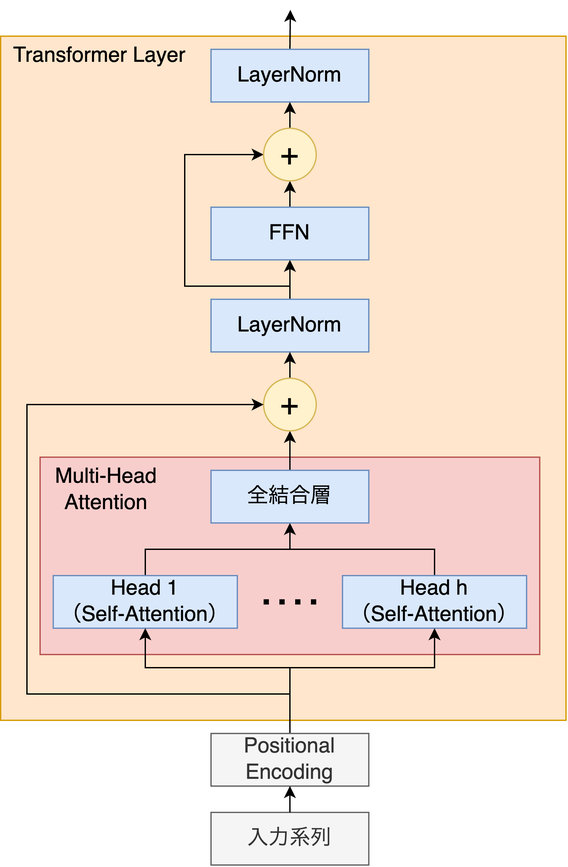
This is figure/sec3/transformer.drawio.png from kyushusouth/master_thesis, a draw.io export, as it was before one commit. Source tidied: cells renumbered, new cells last; positions are measured from the earlier drawing's top-left corner, leaving out a move shared by most shapes.
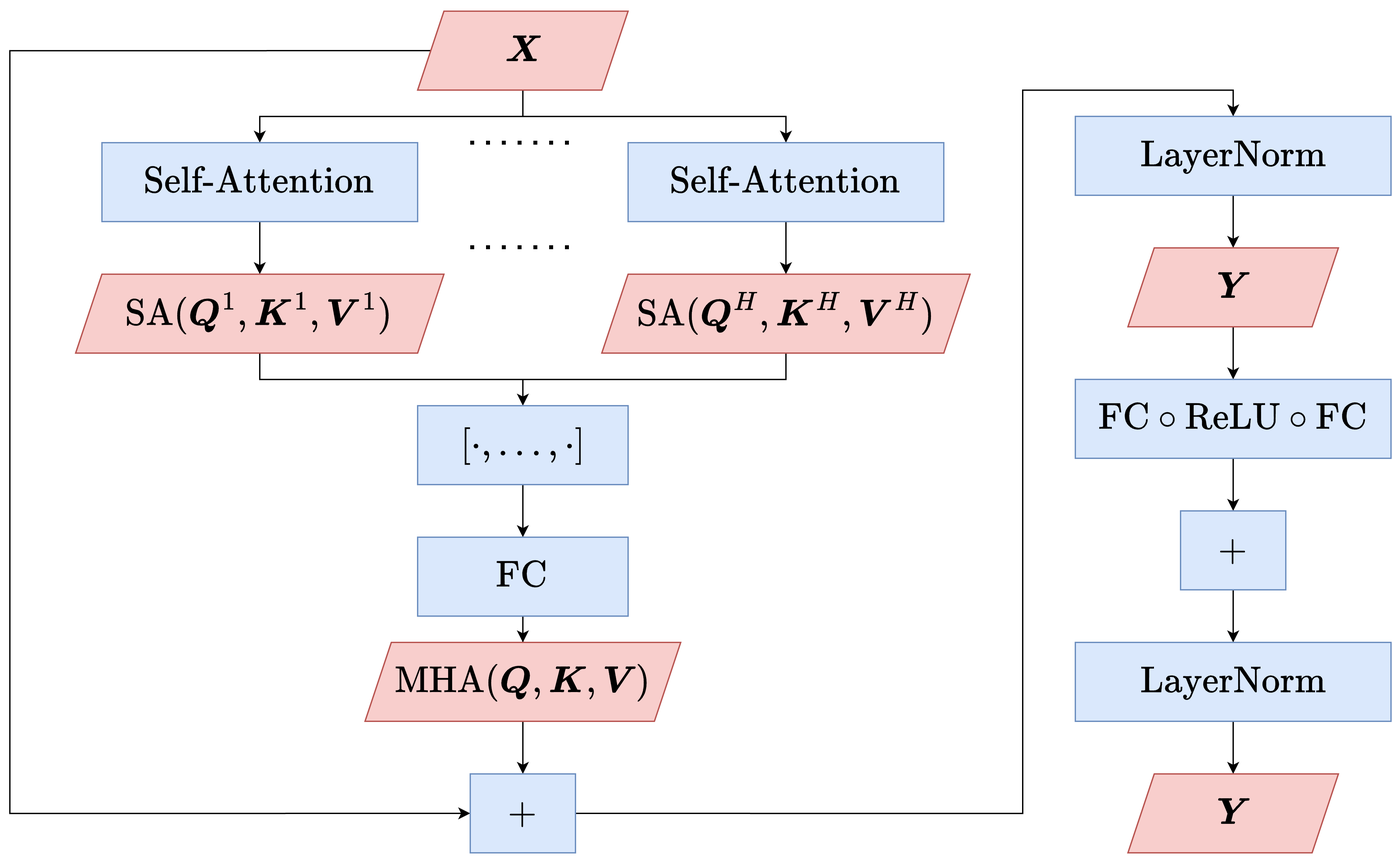
Later version of the same file.

Diff of the diagram source:
```diff
@@ -1,117 +1,122 @@
-<mxGraphModel>
+<mxGraphModel math="1">
   <root>
     <mxCell id="0" />
     <mxCell id="1" parent="0" />
-    <mxCell id="2" style="rounded=0;whiteSpace=wrap;html=1;fillColor=#ffe6cc;strokeColor=#d79b00;" parent="1" vertex="1">
-      <mxGeometry y="20" width="430" height="520" as="geometry" />
+    <mxCell id="2" style="edgeStyle=orthogonalEdgeStyle;rounded=0;jettySize=auto;html=1;exitX=0.5;exitY=1;exitDx=0;exitDy=0;entryX=0.5;entryY=0;entryDx=0;entryDy=0;" parent="1" edge="1" source="5" target="7">
+      <mxGeometry relative="1" as="geometry" />
     </mxCell>
-    <mxCell id="3" style="rounded=0;whiteSpace=wrap;html=1;fillColor=#F8CECC;strokeColor=#b85450;" parent="1" vertex="1">
-      <mxGeometry x="30" y="340" width="380" height="150" as="geometry" />
+    <mxCell id="3" style="edgeStyle=orthogonalEdgeStyle;rounded=0;jettySize=auto;html=1;exitX=0.5;exitY=1;exitDx=0;exitDy=0;entryX=0.5;entryY=0;entryDx=0;entryDy=0;" parent="1" edge="1" source="5" target="9">
+      <mxGeometry relative="1" as="geometry" />
     </mxCell>
-    <mxCell id="4" style="edgeStyle=orthogonalEdgeStyle;rounded=0;jettySize=auto;html=1;exitX=0.5;exitY=0;exitDx=0;exitDy=0;entryX=0.5;entryY=1;entryDx=0;entryDy=0;" parent="1" edge="1" source="5" target="10">
-      <mxGeometry relative="1" as="geometry" />
+    <mxCell id="4" style="edgeStyle=orthogonalEdgeStyle;rounded=0;jettySize=auto;html=1;exitX=0;exitY=0.5;exitDx=0;exitDy=0;entryX=0;entryY=0.5;entryDx=0;entryDy=0;" parent="1" edge="1" source="5" target="23">
+      <mxGeometry relative="1" as="geometry">
+        <Array as="points">
+          <mxPoint x="1470" y="-350" />
+          <mxPoint x="1470" y="230" />
+        </Array>
+      </mxGeometry>
     </mxCell>
-    <mxCell id="5" value="Head 1&lt;div style=&quot;font-size: 16px;&quot;&gt;（Self-Attention）&lt;/div&gt;" style="rounded=0;whiteSpace=wrap;html=1;fontSize=16;fillColor=#dae8fc;strokeColor=#6c8ebf;" parent="1" vertex="1">
-      <mxGeometry x="40" y="430" width="140" height="40" as="geometry" />
+    <mxCell id="5" value="$$\boldsymbol{X}$$" style="shape=parallelogram;perimeter=parallelogramPerimeter;whiteSpace=wrap;html=1;fixedSize=1;fontSize=24;fillColor=#f8cecc;strokeColor=#b85450;direction=east;" parent="1" vertex="1">
+      <mxGeometry x="1780" y="-380" width="160" height="60" as="geometry" />
     </mxCell>
-    <mxCell id="6" style="edgeStyle=orthogonalEdgeStyle;rounded=0;jettySize=auto;html=1;exitX=0.5;exitY=0;exitDx=0;exitDy=0;entryX=0.5;entryY=1;entryDx=0;entryDy=0;" parent="1" edge="1" source="7" target="10">
+    <mxCell id="6" style="edgeStyle=orthogonalEdgeStyle;rounded=0;jettySize=auto;html=1;" parent="1" edge="1" source="7" target="12">
       <mxGeometry relative="1" as="geometry" />
     </mxCell>
-    <mxCell id="7" value="Head h&lt;div style=&quot;font-size: 16px;&quot;&gt;（Self-Attention）&lt;/div&gt;" style="rounded=0;whiteSpace=wrap;html=1;fontSize=16;fillColor=#dae8fc;strokeColor=#6c8ebf;" parent="1" vertex="1">
-      <mxGeometry x="260" y="430" width="140" height="40" as="geometry" />
+    <mxCell id="7" value="$$\text{Self-Attention}$$" style="rounded=0;whiteSpace=wrap;html=1;fontSize=24;fillColor=#dae8fc;strokeColor=#6c8ebf;direction=east;" parent="1" vertex="1">
+      <mxGeometry x="1540" y="-280" width="240" height="60" as="geometry" />
     </mxCell>
-    <mxCell id="8" style="endArrow=none;dashed=1;html=1;rounded=0;strokeWidth=4;dashPattern=1 2;" parent="1" edge="1">
-      <mxGeometry relative="1" as="geometry">
-        <mxPoint x="240" y="450" as="sourcePoint" />
-        <mxPoint x="200" y="450" as="targetPoint" />
-      </mxGeometry>
+    <mxCell id="8" style="edgeStyle=orthogonalEdgeStyle;rounded=0;jettySize=auto;html=1;" parent="1" edge="1" source="9" target="14">
+      <mxGeometry relative="1" as="geometry" />
     </mxCell>
-    <mxCell id="9" style="edgeStyle=orthogonalEdgeStyle;rounded=0;jettySize=auto;html=1;exitX=0.5;exitY=0;exitDx=0;exitDy=0;entryX=0.5;entryY=1;entryDx=0;entryDy=0;" parent="1" edge="1" source="10" target="19">
-      <mxGeometry relative="1" as="geometry" />
+    <mxCell id="9" value="$$\text{Self-Attention}$$" style="rounded=0;whiteSpace=wrap;html=1;fontSize=24;fillColor=#dae8fc;strokeColor=#6c8ebf;direction=east;" parent="1" vertex="1">
+      <mxGeometry x="1940" y="-280" width="240" height="60" as="geometry" />
     </mxCell>
-    <mxCell id="10" value="全結合層" style="rounded=0;whiteSpace=wrap;html=1;fontSize=16;fillColor=#dae8fc;strokeColor=#6c8ebf;" parent="1" vertex="1">
-      <mxGeometry x="160" y="350" width="120" height="40" as="geometry" />
+    <mxCell id="10" style="endArrow=none;dashed=1;html=1;dashPattern=1 3;strokeWidth=3;rounded=0;" parent="1" edge="1">
+      <mxGeometry relative="1" as="geometry">
+        <mxPoint x="1820" y="-280" as="sourcePoint" />
+        <mxPoint x="1900" y="-280" as="targetPoint" />
+      </mxGeometry>
     </mxCell>
-    <mxCell id="11" value="&lt;font style=&quot;font-size: 16px;&quot;&gt;Multi-Head&lt;/font&gt;&lt;div&gt;&lt;font style=&quot;font-size: 16px;&quot;&gt;Attention&lt;/font&gt;&lt;/div&gt;" style="text;html=1;align=center;verticalAlign=middle;strokeColor=none;fillColor=none;" parent="1" vertex="1">
-      <mxGeometry x="30" y="340" width="100" height="50" as="geometry" />
+    <mxCell id="11" style="edgeStyle=orthogonalEdgeStyle;rounded=0;jettySize=auto;html=1;exitX=0.5;exitY=1;exitDx=0;exitDy=0;entryX=0.5;entryY=0;entryDx=0;entryDy=0;" parent="1" edge="1" source="12" target="17">
+      <mxGeometry relative="1" as="geometry" />
     </mxCell>
-    <mxCell id="12" style="edgeStyle=orthogonalEdgeStyle;rounded=0;jettySize=auto;html=1;exitX=0.5;exitY=0;exitDx=0;exitDy=0;entryX=0.5;entryY=1;entryDx=0;entryDy=0;" parent="1" edge="1" source="14" target="5">
-      <mxGeometry relative="1" as="geometry">
-        <Array as="points">
-          <mxPoint x="220" y="500" />
-          <mxPoint x="110" y="500" />
-        </Array>
-      </mxGeometry>
+    <mxCell id="12" value="$$\text{SA}(\boldsymbol{Q}^{1}, \boldsymbol{K}^{1}, \boldsymbol{V}^{1})$$" style="shape=parallelogram;perimeter=parallelogramPerimeter;whiteSpace=wrap;html=1;fixedSize=1;fontSize=24;fillColor=#f8cecc;strokeColor=#b85450;direction=east;" parent="1" vertex="1">
+      <mxGeometry x="1520" y="-180" width="280" height="60" as="geometry" />
     </mxCell>
-    <mxCell id="13" style="edgeStyle=orthogonalEdgeStyle;rounded=0;jettySize=auto;html=1;exitX=0.5;exitY=0;exitDx=0;exitDy=0;entryX=0.5;entryY=1;entryDx=0;entryDy=0;" parent="1" edge="1" source="27" target="7">
-      <mxGeometry relative="1" as="geometry">
-        <Array as="points">
-          <mxPoint x="220" y="500" />
-          <mxPoint x="330" y="500" />
-        </Array>
-      </mxGeometry>
+    <mxCell id="13" style="edgeStyle=orthogonalEdgeStyle;rounded=0;jettySize=auto;html=1;exitX=0.5;exitY=1;exitDx=0;exitDy=0;entryX=0.5;entryY=0;entryDx=0;entryDy=0;" parent="1" edge="1" source="14" target="17">
+      <mxGeometry relative="1" as="geometry" />
     </mxCell>
-    <mxCell id="14" value="入力系列" style="rounded=0;whiteSpace=wrap;html=1;fontSize=16;fillColor=#f5f5f5;fontColor=#333333;strokeColor=#666666;" parent="1" vertex="1">
-      <mxGeometry x="160" y="610" width="120" height="40" as="geometry" />
+    <mxCell id="14" value="$$\text{SA}(\boldsymbol{Q}^{H}, \boldsymbol{K}^{H}, \boldsymbol{V}^{H})$$" style="shape=parallelogram;perimeter=parallelogramPerimeter;whiteSpace=wrap;html=1;fixedSize=1;fontSize=24;fillColor=#f8cecc;strokeColor=#b85450;direction=east;" parent="1" vertex="1">
+      <mxGeometry x="1920" y="-180" width="280" height="60" as="geometry" />
     </mxCell>
-    <mxCell id="15" style="edgeStyle=orthogonalEdgeStyle;rounded=0;jettySize=auto;html=1;exitX=0.5;exitY=0;exitDx=0;exitDy=0;entryX=0.5;entryY=1;entryDx=0;entryDy=0;" parent="1" edge="1" source="17" target="21">
-      <mxGeometry relative="1" as="geometry" />
+    <mxCell id="15" style="endArrow=none;dashed=1;html=1;dashPattern=1 3;strokeWidth=3;rounded=0;" parent="1" edge="1">
+      <mxGeometry relative="1" as="geometry">
+        <mxPoint x="1820" y="-200.5" as="sourcePoint" />
+        <mxPoint x="1900" y="-200.5" as="targetPoint" />
+      </mxGeometry>
     </mxCell>
-    <mxCell id="16" style="edgeStyle=orthogonalEdgeStyle;rounded=0;jettySize=auto;html=1;exitX=0.5;exitY=0;exitDx=0;exitDy=0;entryX=0;entryY=0.5;entryDx=0;entryDy=0;" parent="1" edge="1" source="17" target="25">
-      <mxGeometry relative="1" as="geometry">
-        <Array as="points">
-          <mxPoint x="220" y="210" />
-          <mxPoint x="140" y="210" />
-          <mxPoint x="140" y="110" />
-        </Array>
-      </mxGeometry>
+    <mxCell id="16" style="edgeStyle=orthogonalEdgeStyle;rounded=0;jettySize=auto;html=1;" parent="1" edge="1" source="17" target="19">
+      <mxGeometry relative="1" as="geometry" />
     </mxCell>
-    <mxCell id="17" value="LayerNorm" style="rounded=0;whiteSpace=wrap;html=1;fontSize=16;fillColor=#dae8fc;strokeColor=#6c8ebf;" parent="1" vertex="1">
-      <mxGeometry x="160" y="220" width="120" height="40" as="geometry" />
+    <mxCell id="17" value="$$[\cdot, \ldots, \cdot]$$" style="rounded=0;whiteSpace=wrap;html=1;fontSize=24;fillColor=#dae8fc;strokeColor=#6c8ebf;direction=east;" parent="1" vertex="1">
+      <mxGeometry x="1780" y="-80" width="160" height="60" as="geometry" />
     </mxCell>
-    <mxCell id="18" style="edgeStyle=orthogonalEdgeStyle;rounded=0;jettySize=auto;html=1;exitX=0.5;exitY=0;exitDx=0;exitDy=0;entryX=0.5;entryY=1;entryDx=0;entryDy=0;" parent="1" edge="1" source="19" target="17">
+    <mxCell id="18" style="edgeStyle=orthogonalEdgeStyle;rounded=0;jettySize=auto;html=1;" parent="1" edge="1" source="19" target="21">
       <mxGeometry relative="1" as="geometry" />
     </mxCell>
-    <mxCell id="19" value="&lt;font style=&quot;font-size: 24px;&quot;&gt;+&lt;/font&gt;" style="ellipse;whiteSpace=wrap;html=1;fillColor=#fff2cc;strokeColor=#d6b656;" parent="1" vertex="1">
-      <mxGeometry x="200" y="280" width="40" height="40" as="geometry" />
+    <mxCell id="19" value="$$\text{FC}$$" style="rounded=0;whiteSpace=wrap;html=1;fontSize=24;fillColor=#dae8fc;strokeColor=#6c8ebf;direction=east;" parent="1" vertex="1">
+      <mxGeometry x="1780" y="20" width="160" height="60" as="geometry" />
     </mxCell>
-    <mxCell id="20" style="edgeStyle=orthogonalEdgeStyle;rounded=0;jettySize=auto;html=1;exitX=0.5;exitY=0;exitDx=0;exitDy=0;entryX=0.5;entryY=1;entryDx=0;entryDy=0;" parent="1" edge="1" source="21" target="25">
+    <mxCell id="20" style="edgeStyle=orthogonalEdgeStyle;rounded=0;jettySize=auto;html=1;" parent="1" edge="1" source="21" target="23">
       <mxGeometry relative="1" as="geometry" />
     </mxCell>
-    <mxCell id="21" value="&lt;font style=&quot;font-size: 16px;&quot;&gt;FFN&lt;/font&gt;" style="whiteSpace=wrap;html=1;fillColor=#dae8fc;strokeColor=#6c8ebf;" parent="1" vertex="1">
-      <mxGeometry x="160" y="150" width="120" height="40" as="geometry" />
+    <mxCell id="21" value="$$\text{MHA}(\boldsymbol{Q}, \boldsymbol{K}, \boldsymbol{V})$$" style="shape=parallelogram;perimeter=parallelogramPerimeter;whiteSpace=wrap;html=1;fixedSize=1;fontSize=24;fillColor=#f8cecc;strokeColor=#b85450;direction=east;" parent="1" vertex="1">
+      <mxGeometry x="1740" y="100" width="240" height="60" as="geometry" />
     </mxCell>
-    <mxCell id="22" style="edgeStyle=orthogonalEdgeStyle;rounded=0;jettySize=auto;html=1;exitX=0.5;exitY=0;exitDx=0;exitDy=0;" parent="1" edge="1" source="23">
+    <mxCell id="22" style="edgeStyle=orthogonalEdgeStyle;rounded=0;jettySize=auto;html=1;exitX=1;exitY=0.5;exitDx=0;exitDy=0;entryX=0.5;entryY=0;entryDx=0;entryDy=0;" parent="1" edge="1" source="23" target="25">
       <mxGeometry relative="1" as="geometry">
-        <mxPoint x="220.3" as="targetPoint" />
+        <Array as="points">
+          <mxPoint x="2240" y="230" />
+          <mxPoint x="2240" y="-320" />
+          <mxPoint x="2400" y="-320" />
+        </Array>
       </mxGeometry>
     </mxCell>
-    <mxCell id="23" value="LayerNorm" style="rounded=0;whiteSpace=wrap;html=1;fontSize=16;fillColor=#dae8fc;strokeColor=#6c8ebf;" parent="1" vertex="1">
-      <mxGeometry x="160" y="30" width="120" height="40" as="geometry" />
+    <mxCell id="23" value="$$+$$" style="rounded=0;whiteSpace=wrap;html=1;fontSize=24;fillColor=#dae8fc;strokeColor=#6c8ebf;direction=east;" parent="1" vertex="1">
+      <mxGeometry x="1820" y="200" width="80" height="60" as="geometry" />
     </mxCell>
-    <mxCell id="24" style="edgeStyle=orthogonalEdgeStyle;rounded=0;jettySize=auto;html=1;exitX=0.5;exitY=0;exitDx=0;exitDy=0;entryX=0.5;entryY=1;entryDx=0;entryDy=0;" parent="1" edge="1" source="25" target="23">
+    <mxCell id="24" style="edgeStyle=orthogonalEdgeStyle;rounded=0;jettySize=auto;html=1;" parent="1" edge="1" source="25" target="27">
       <mxGeometry relative="1" as="geometry" />
     </mxCell>
-    <mxCell id="25" value="&lt;font style=&quot;font-size: 24px;&quot;&gt;+&lt;/font&gt;" style="ellipse;whiteSpace=wrap;html=1;fillColor=#fff2cc;strokeColor=#d6b656;" parent="1" vertex="1">
-      <mxGeometry x="200" y="90" width="40" height="40" as="geometry" />
+    <mxCell id="25" value="$$\text{LayerNorm}$$" style="rounded=0;whiteSpace=wrap;html=1;fontSize=24;fillColor=#dae8fc;strokeColor=#6c8ebf;direction=east;" parent="1" vertex="1">
+      <mxGeometry x="2280" y="-300" width="240" height="60" as="geometry" />
     </mxCell>
-    <mxCell id="26" style="edgeStyle=orthogonalEdgeStyle;rounded=0;jettySize=auto;html=1;exitX=0.5;exitY=0;exitDx=0;exitDy=0;entryX=0.5;entryY=1;entryDx=0;entryDy=0;" parent="1" edge="1" source="14" target="27">
+    <mxCell id="26" style="edgeStyle=orthogonalEdgeStyle;rounded=0;jettySize=auto;html=1;" parent="1" edge="1" source="27" target="29">
       <mxGeometry relative="1" as="geometry" />
     </mxCell>
-    <mxCell id="27" value="Positional Encoding" style="rounded=0;whiteSpace=wrap;html=1;fontSize=16;fillColor=#f5f5f5;strokeColor=#666666;fontColor=#333333;" parent="1" vertex="1">
-      <mxGeometry x="160" y="550" width="120" height="40" as="geometry" />
+    <mxCell id="27" value="$$\boldsymbol{Y}$$" style="shape=parallelogram;perimeter=parallelogramPerimeter;whiteSpace=wrap;html=1;fixedSize=1;fontSize=24;fillColor=#f8cecc;strokeColor=#b85450;direction=east;" parent="1" vertex="1">
+      <mxGeometry x="2320" y="-200" width="160" height="60" as="geometry" />
     </mxCell>
-    <mxCell id="28" style="endArrow=classic;html=1;rounded=0;entryX=0;entryY=0.5;entryDx=0;entryDy=0;" parent="1" edge="1" target="19">
-      <mxGeometry relative="1" as="geometry">
-        <mxPoint x="220" y="520" as="sourcePoint" />
-        <Array as="points">
-          <mxPoint x="20" y="520" />
-          <mxPoint x="20" y="300" />
-        </Array>
-      </mxGeometry>
+    <mxCell id="28" style="edgeStyle=orthogonalEdgeStyle;rounded=0;jettySize=auto;html=1;" parent="1" edge="1" source="29" target="31">
+      <mxGeometry relative="1" as="geometry" />
     </mxCell>
-    <mxCell id="29" value="&lt;font style=&quot;font-size: 16px;&quot;&gt;Transformer Layer&lt;/font&gt;" style="text;html=1;align=center;verticalAlign=middle;points=[];strokeColor=none;fillColor=none;" parent="1" vertex="1">
-      <mxGeometry y="20" width="150" height="30" as="geometry" />
+    <mxCell id="29" value="$$\text{FC} \circ \text{ReLU} \circ \text{FC} $$" style="rounded=0;whiteSpace=wrap;html=1;fontSize=24;fillColor=#dae8fc;strokeColor=#6c8ebf;direction=east;" parent="1" vertex="1">
+      <mxGeometry x="2280" y="-100" width="240" height="60" as="geometry" />
     </mxCell>
+    <mxCell id="30" style="edgeStyle=orthogonalEdgeStyle;rounded=0;jettySize=auto;html=1;" parent="1" edge="1" source="31" target="33">
+      <mxGeometry relative="1" as="geometry" />
+    </mxCell>
+    <mxCell id="31" value="$$+$$" style="rounded=0;whiteSpace=wrap;html=1;fontSize=24;fillColor=#dae8fc;strokeColor=#6c8ebf;direction=east;" parent="1" vertex="1">
+      <mxGeometry x="2360" width="80" height="60" as="geometry" />
+    </mxCell>
+    <mxCell id="32" style="edgeStyle=orthogonalEdgeStyle;rounded=0;jettySize=auto;html=1;" parent="1" edge="1" source="33" target="34">
+      <mxGeometry relative="1" as="geometry" />
+    </mxCell>
+    <mxCell id="33" value="$$\text{LayerNorm}$$" style="rounded=0;whiteSpace=wrap;html=1;fontSize=24;fillColor=#dae8fc;strokeColor=#6c8ebf;direction=east;" parent="1" vertex="1">
+      <mxGeometry x="2280" y="100" width="240" height="60" as="geometry" />
+    </mxCell>
+    <mxCell id="34" value="$$\boldsymbol{Y}$$" style="shape=parallelogram;perimeter=parallelogramPerimeter;whiteSpace=wrap;html=1;fixedSize=1;fontSize=24;fillColor=#f8cecc;strokeColor=#b85450;direction=east;" parent="1" vertex="1">
+      <mxGeometry x="2320" y="200" width="160" height="60" as="geometry" />
+    </mxCell>
   </root>
 </mxGraphModel>
```
